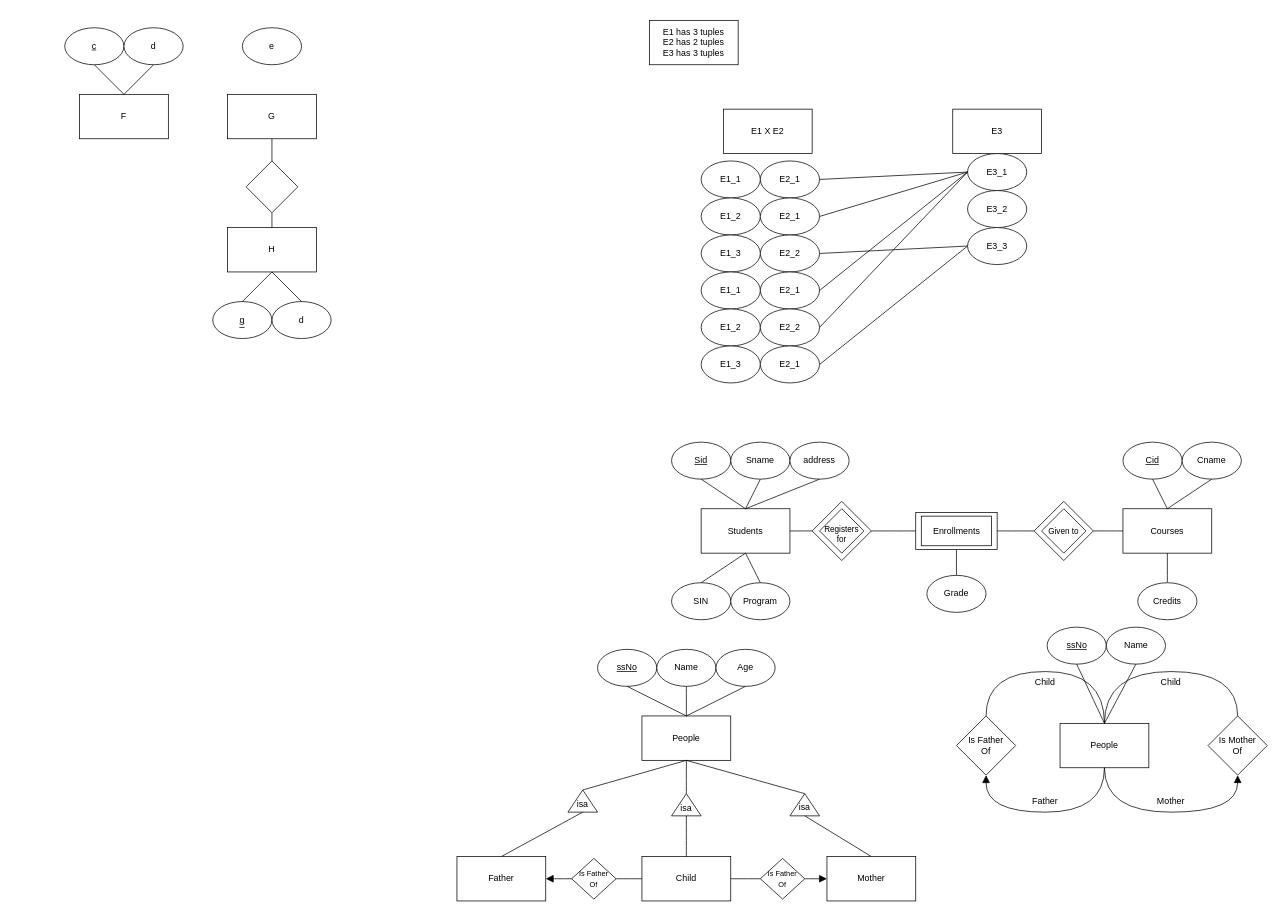
Earlier version of the draw.io diagram Temp.drawio (critschris/COMP353). Source tidied: cells renumbered, new cells numbered last; positions are measured from the earlier drawing's top-left corner, leaving out a move shared by most shapes. Both pictures are drawn from the tidied source at 74%, with x=0, y=0 at pixel (64, 20).
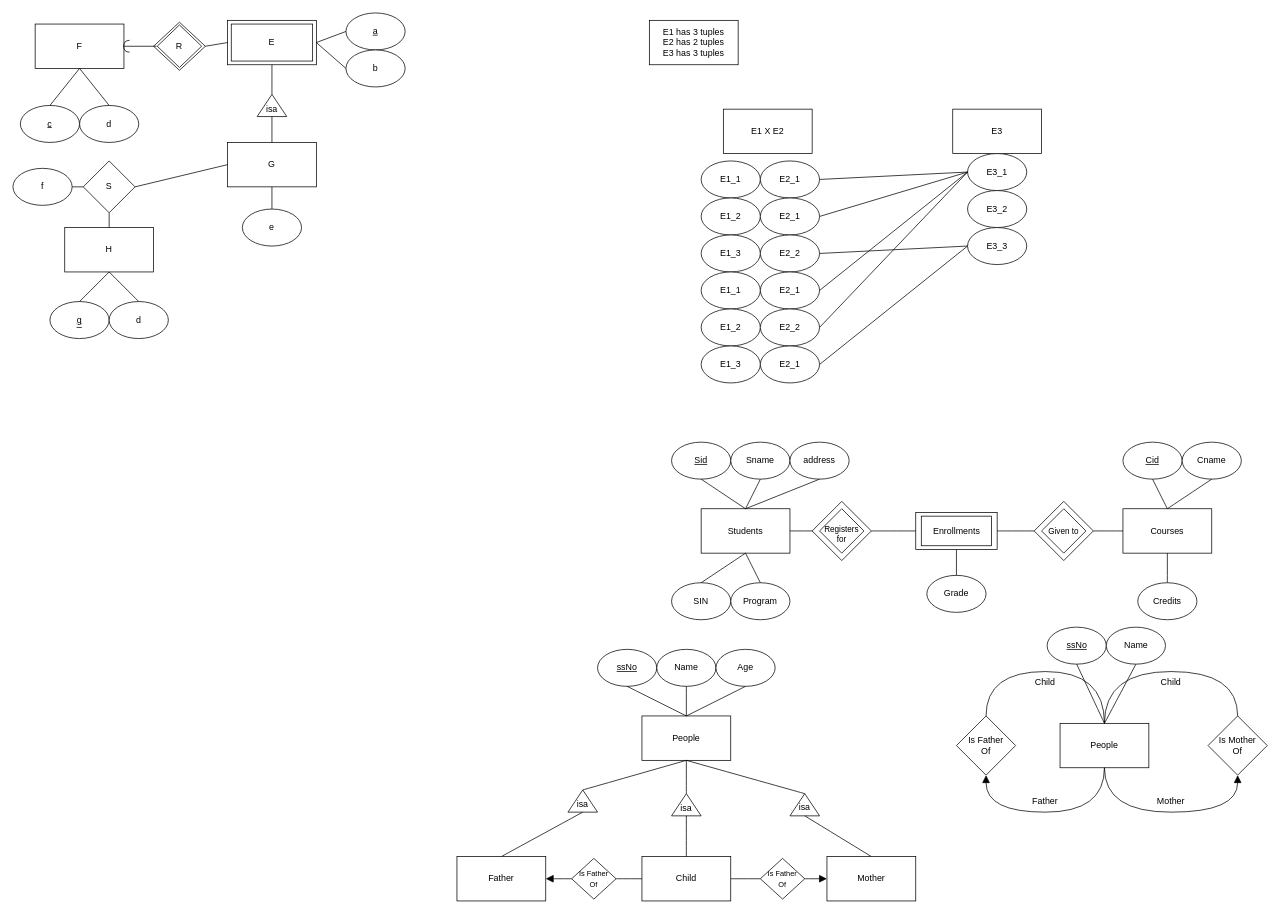
Above is the later version.

The edit, as a diff of the source:
```diff
@@
     <mxCell id="102" value="F" style="rounded=0;whiteSpace=wrap;html=1;" parent="1" vertex="1">
-      <mxGeometry x="20" y="100" width="120" height="60" as="geometry" />
+      <mxGeometry x="-40" y="5" width="120" height="60" as="geometry" />
     </mxCell>
     <mxCell id="103" value="&lt;u&gt;c&lt;/u&gt;" style="ellipse;whiteSpace=wrap;html=1;" parent="1" vertex="1">
-      <mxGeometry y="10" width="80" height="50" as="geometry" />
+      <mxGeometry x="-60" y="115" width="80" height="50" as="geometry" />
     </mxCell>
     <mxCell id="104" value="d" style="ellipse;whiteSpace=wrap;html=1;" parent="1" vertex="1">
-      <mxGeometry x="80" y="10" width="80" height="50" as="geometry" />
+      <mxGeometry x="20" y="115" width="80" height="50" as="geometry" />
     </mxCell>
-    <mxCell id="105" style="endArrow=none;html=1;rounded=0;exitX=0.5;exitY=0;exitDx=0;exitDy=0;entryX=0.5;entryY=1;entryDx=0;entryDy=0;" parent="1" edge="1" source="102" target="103">
+    <mxCell id="105" style="endArrow=none;html=1;rounded=0;exitX=0.5;exitY=1;exitDx=0;exitDy=0;entryX=0.5;entryY=0;entryDx=0;entryDy=0;" parent="1" edge="1" source="102" target="103">
       <mxGeometry relative="1" as="geometry" />
     </mxCell>
-    <mxCell id="106" style="endArrow=none;html=1;rounded=0;exitX=0.5;exitY=1;exitDx=0;exitDy=0;entryX=0.5;entryY=0;entryDx=0;entryDy=0;" parent="1" edge="1" source="104" target="102">
+    <mxCell id="106" style="endArrow=none;html=1;rounded=0;exitX=0.5;exitY=0;exitDx=0;exitDy=0;entryX=0.5;entryY=1;entryDx=0;entryDy=0;" parent="1" edge="1" source="104" target="102">
       <mxGeometry relative="1" as="geometry" />
     </mxCell>
     <mxCell id="107" value="G" style="rounded=0;whiteSpace=wrap;html=1;" parent="1" vertex="1">
-      <mxGeometry x="220" y="100" width="120" height="60" as="geometry" />
+      <mxGeometry x="220" y="165" width="120" height="60" as="geometry" />
     </mxCell>
     <mxCell id="108" value="e" style="ellipse;whiteSpace=wrap;html=1;" parent="1" vertex="1">
-      <mxGeometry x="240" y="10" width="80" height="50" as="geometry" />
+      <mxGeometry x="240" y="255" width="80" height="50" as="geometry" />
     </mxCell>
     <mxCell id="109" value="H" style="rounded=0;whiteSpace=wrap;html=1;" parent="1" vertex="1">
-      <mxGeometry x="220" y="280" width="120" height="60" as="geometry" />
+      <mxGeometry y="280" width="120" height="60" as="geometry" />
     </mxCell>
     <mxCell id="110" value="&lt;u&gt;g&lt;/u&gt;" style="ellipse;whiteSpace=wrap;html=1;" parent="1" vertex="1">
-      <mxGeometry x="200" y="380" width="80" height="50" as="geometry" />
+      <mxGeometry x="-20" y="380" width="80" height="50" as="geometry" />
     </mxCell>
     <mxCell id="111" value="d" style="ellipse;whiteSpace=wrap;html=1;" parent="1" vertex="1">
-      <mxGeometry x="280" y="380" width="80" height="50" as="geometry" />
+      <mxGeometry x="60" y="380" width="80" height="50" as="geometry" />
     </mxCell>
     <mxCell id="112" style="endArrow=none;html=1;rounded=0;" parent="1" edge="1">
       <mxGeometry relative="1" as="geometry">
-        <mxPoint x="236" y="415" as="sourcePoint" />
-        <mxPoint x="243" y="415" as="targetPoint" />
+        <mxPoint x="16" y="415" as="sourcePoint" />
+        <mxPoint x="23" y="415" as="targetPoint" />
       </mxGeometry>
     </mxCell>
@@
-    <mxCell id="115" style="rhombus;whiteSpace=wrap;html=1;" parent="1" vertex="1">
-      <mxGeometry x="245" y="190" width="70" height="70" as="geometry" />
+    <mxCell id="115" value="S" style="rhombus;whiteSpace=wrap;html=1;" parent="1" vertex="1">
+      <mxGeometry x="25" y="190" width="70" height="70" as="geometry" />
     </mxCell>
-    <mxCell id="116" style="endArrow=none;html=1;rounded=0;entryX=0.5;entryY=1;entryDx=0;entryDy=0;exitX=0.5;exitY=0;exitDx=0;exitDy=0;" parent="1" edge="1" source="115" target="107">
+    <mxCell id="116" style="endArrow=none;html=1;rounded=0;entryX=0;entryY=0.5;entryDx=0;entryDy=0;exitX=1;exitY=0.5;exitDx=0;exitDy=0;" parent="1" edge="1" source="115" target="107">
       <mxGeometry relative="1" as="geometry" />
     </mxCell>
@@
+    <mxCell id="118" style="endArrow=none;html=1;rounded=0;entryX=0;entryY=0.5;entryDx=0;entryDy=0;exitX=1;exitY=0.5;exitDx=0;exitDy=0;" parent="1" edge="1" source="119" target="115">
+      <mxGeometry relative="1" as="geometry" />
+    </mxCell>
+    <mxCell id="119" value="f" style="ellipse;whiteSpace=wrap;html=1;" parent="1" vertex="1">
+      <mxGeometry x="-70" y="200" width="80" height="50" as="geometry" />
+    </mxCell>
+    <mxCell id="120" style="endArrow=none;html=1;rounded=0;entryX=0.5;entryY=0;entryDx=0;entryDy=0;exitX=0.5;exitY=1;exitDx=0;exitDy=0;" parent="1" edge="1" source="107" target="108">
+      <mxGeometry relative="1" as="geometry" />
+    </mxCell>
+    <mxCell id="121" style="rounded=0;whiteSpace=wrap;html=1;" parent="1" vertex="1">
+      <mxGeometry x="220" width="120" height="60" as="geometry" />
+    </mxCell>
+    <mxCell id="122" style="group;" parent="1" vertex="1">
+      <mxGeometry x="250" y="100" width="60" height="30" as="geometry" />
+    </mxCell>
+    <mxCell id="123" style="triangle;whiteSpace=wrap;html=1;rotation=-90;" parent="122" vertex="1">
+      <mxGeometry x="15" y="-5" width="30" height="40" as="geometry" />
+    </mxCell>
+    <mxCell id="124" value="isa" style="text;html=1;align=center;verticalAlign=middle;whiteSpace=wrap;rounded=0;" parent="122" vertex="1">
+      <mxGeometry y="10" width="60" height="20" as="geometry" />
+    </mxCell>
+    <mxCell id="125" style="endArrow=none;html=1;rounded=0;exitX=0.5;exitY=0;exitDx=0;exitDy=0;entryX=0.5;entryY=1;entryDx=0;entryDy=0;" parent="1" edge="1" source="107" target="124">
+      <mxGeometry relative="1" as="geometry" />
+    </mxCell>
+    <mxCell id="126" style="endArrow=none;html=1;rounded=0;exitX=1;exitY=0.5;exitDx=0;exitDy=0;entryX=0.5;entryY=1;entryDx=0;entryDy=0;" parent="1" edge="1" source="123" target="121">
+      <mxGeometry relative="1" as="geometry" />
+    </mxCell>
+    <mxCell id="127" value="&lt;u&gt;a&lt;/u&gt;" style="ellipse;whiteSpace=wrap;html=1;" parent="1" vertex="1">
+      <mxGeometry x="380" y="-10" width="80" height="50" as="geometry" />
+    </mxCell>
+    <mxCell id="128" value="b" style="ellipse;whiteSpace=wrap;html=1;" parent="1" vertex="1">
+      <mxGeometry x="380" y="40" width="80" height="50" as="geometry" />
+    </mxCell>
+    <mxCell id="129" style="endArrow=none;html=1;rounded=0;exitX=1;exitY=0.5;exitDx=0;exitDy=0;entryX=0;entryY=0.5;entryDx=0;entryDy=0;" parent="1" edge="1" source="121" target="127">
+      <mxGeometry relative="1" as="geometry" />
+    </mxCell>
+    <mxCell id="130" style="endArrow=none;html=1;rounded=0;exitX=1;exitY=0.5;exitDx=0;exitDy=0;entryX=0;entryY=0.5;entryDx=0;entryDy=0;" parent="1" edge="1" source="121" target="128">
+      <mxGeometry relative="1" as="geometry" />
+    </mxCell>
+    <mxCell id="131" style="rhombus;whiteSpace=wrap;html=1;" parent="1" vertex="1">
+      <mxGeometry x="120" y="2.5" width="70" height="65" as="geometry" />
+    </mxCell>
+    <mxCell id="132" value="R" style="rhombus;whiteSpace=wrap;html=1;" parent="1" vertex="1">
+      <mxGeometry x="125" y="6.2" width="60" height="57.5" as="geometry" />
+    </mxCell>
+    <mxCell id="133" style="endArrow=none;html=1;rounded=0;entryX=0;entryY=0.5;entryDx=0;entryDy=0;exitX=1;exitY=0.5;exitDx=0;exitDy=0;" parent="1" edge="1" source="131" target="121">
+      <mxGeometry relative="1" as="geometry" />
+    </mxCell>
+    <mxCell id="134" style="group;" parent="1" vertex="1">
+      <mxGeometry x="83" y="35" width="41" as="geometry" />
+    </mxCell>
+    <mxCell id="135" style="endArrow=none;html=1;rounded=0;" parent="134" edge="1">
+      <mxGeometry relative="1" as="geometry">
+        <mxPoint as="sourcePoint" />
+        <mxPoint x="41" as="targetPoint" />
+      </mxGeometry>
+    </mxCell>
+    <mxCell id="136" style="endArrow=halfCircle;html=1;rounded=0;endFill=0;" parent="134" edge="1">
+      <mxGeometry relative="1" as="geometry">
+        <mxPoint as="sourcePoint" />
+        <mxPoint x="4.6" as="targetPoint" />
+      </mxGeometry>
+    </mxCell>
+    <mxCell id="137" value="E" style="rounded=0;whiteSpace=wrap;html=1;" parent="1" vertex="1">
+      <mxGeometry x="225" y="5" width="110" height="50" as="geometry" />
+    </mxCell>
```
